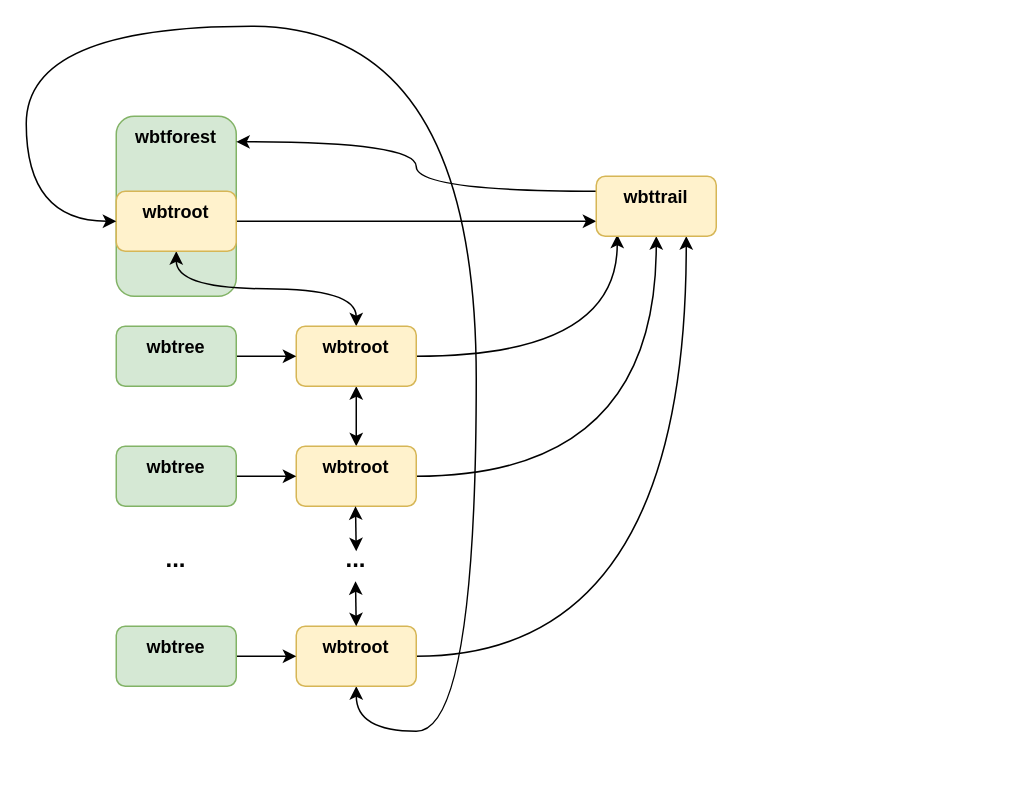
Earlier version of the draw.io diagram docs/wbtforest_1.drawio (dcurrie/nelua-bbtree). Source tidied: cells renumbered, new cells numbered last; positions are measured from the earlier drawing's top-left corner, leaving out a move shared by most shapes. Both pictures are drawn from the tidied source at 150%, with x=0, y=0 at pixel (26, 26).
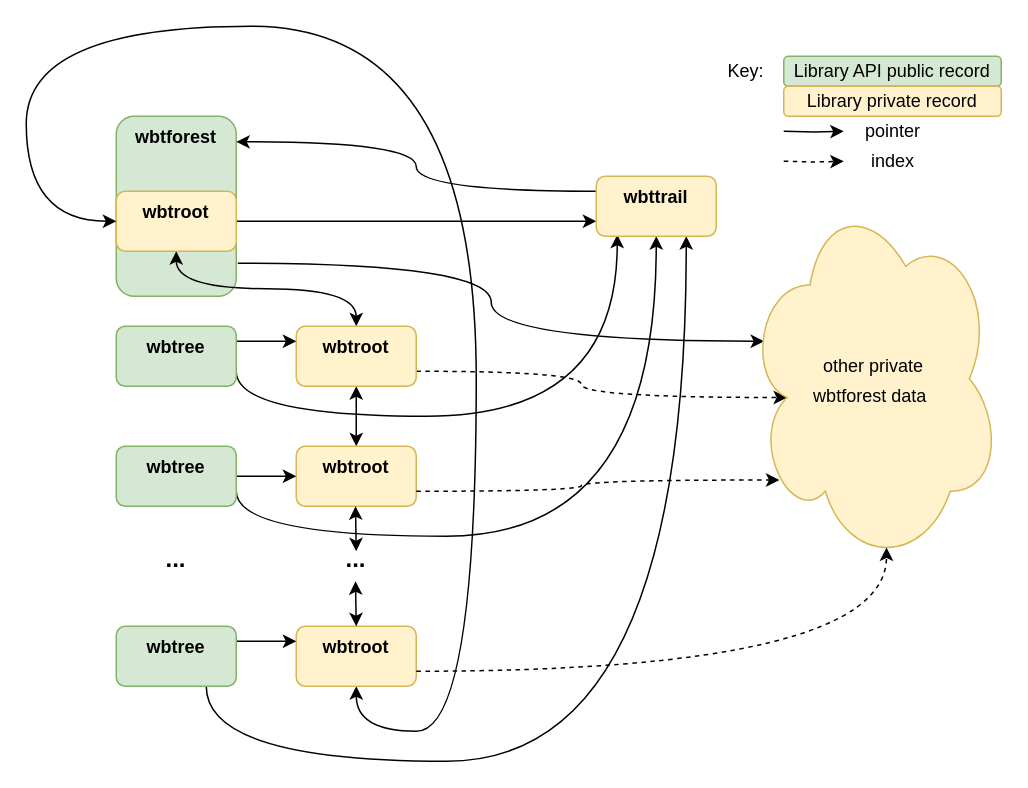
The same page after the edit.

The change refers to these unchanged cells:
```xml
<mxCell id="2" value="&lt;b&gt;wbtforest&lt;/b&gt;" style="rounded=1;whiteSpace=wrap;html=1;shadow=0;glass=0;sketch=0;verticalAlign=top;fillColor=#d5e8d4;strokeColor=#82b366;" parent="1" vertex="1">
  <mxGeometry x="60" y="60" width="80" height="120" as="geometry" />
</mxCell>
<mxCell id="8" value="&lt;b&gt;wbtroot&lt;/b&gt;" style="rounded=1;whiteSpace=wrap;html=1;shadow=0;glass=0;sketch=0;verticalAlign=top;fillColor=#fff2cc;strokeColor=#d6b656;" parent="1" vertex="1">
  <mxGeometry x="180" y="200" width="80" height="40" as="geometry" />
</mxCell>
<mxCell id="10" value="&lt;b&gt;wbtroot&lt;/b&gt;" style="rounded=1;whiteSpace=wrap;html=1;shadow=0;glass=0;sketch=0;verticalAlign=top;fillColor=#fff2cc;strokeColor=#d6b656;" parent="1" vertex="1">
  <mxGeometry x="180" y="280" width="80" height="40" as="geometry" />
</mxCell>
<mxCell id="13" value="&lt;b&gt;wbtroot&lt;/b&gt;" style="rounded=1;whiteSpace=wrap;html=1;shadow=0;glass=0;sketch=0;verticalAlign=top;fillColor=#fff2cc;strokeColor=#d6b656;" parent="1" vertex="1">
  <mxGeometry x="180" y="400" width="80" height="40" as="geometry" />
</mxCell>
<mxCell id="18" value="&lt;b&gt;wbttrail&lt;/b&gt;" style="rounded=1;whiteSpace=wrap;html=1;shadow=0;glass=0;sketch=0;verticalAlign=top;fillColor=#fff2cc;strokeColor=#d6b656;" parent="1" vertex="1">
  <mxGeometry x="380" y="100" width="80" height="40" as="geometry" />
</mxCell>
<mxCell id="20" value="&lt;b&gt;wbtree&lt;/b&gt;" style="rounded=1;whiteSpace=wrap;html=1;shadow=0;glass=0;sketch=0;verticalAlign=top;fillColor=#d5e8d4;strokeColor=#82b366;" parent="1" vertex="1">
  <mxGeometry x="60" y="280" width="80" height="40" as="geometry" />
</mxCell>
<mxCell id="22" value="&lt;b&gt;wbtree&lt;/b&gt;" style="rounded=1;whiteSpace=wrap;html=1;shadow=0;glass=0;sketch=0;verticalAlign=top;fillColor=#d5e8d4;strokeColor=#82b366;" parent="1" vertex="1">
  <mxGeometry x="60" y="200" width="80" height="40" as="geometry" />
</mxCell>
<mxCell id="24" value="&lt;b&gt;wbtree&lt;/b&gt;" style="rounded=1;whiteSpace=wrap;html=1;shadow=0;glass=0;sketch=0;verticalAlign=top;fillColor=#d5e8d4;strokeColor=#82b366;" parent="1" vertex="1">
  <mxGeometry x="60" y="400" width="80" height="40" as="geometry" />
</mxCell>
```

What changed in the source:
```diff
@@
+    <mxCell id="26" style="edgeStyle=orthogonalEdgeStyle;curved=1;rounded=0;jettySize=auto;html=1;entryX=0.07;entryY=0.4;entryDx=0;entryDy=0;entryPerimeter=0;fontSize=12;startArrow=none;startFill=0;exitX=1.013;exitY=0.817;exitDx=0;exitDy=0;exitPerimeter=0;" parent="1" edge="1" source="2" target="28">
+      <mxGeometry relative="1" as="geometry" />
+    </mxCell>
@@
-    <mxCell id="7" style="edgeStyle=orthogonalEdgeStyle;curved=1;rounded=0;jettySize=auto;html=1;entryX=0.175;entryY=0.975;entryDx=0;entryDy=0;entryPerimeter=0;fontSize=16;startArrow=none;startFill=0;" parent="1" edge="1" source="8" target="18">
-      <mxGeometry relative="1" as="geometry" />
+    <mxCell id="7" style="edgeStyle=orthogonalEdgeStyle;curved=1;rounded=0;jettySize=auto;html=1;entryX=0.175;entryY=0.975;entryDx=0;entryDy=0;entryPerimeter=0;fontSize=16;startArrow=none;startFill=0;exitX=1;exitY=0.75;exitDx=0;exitDy=0;" parent="1" edge="1" source="22" target="18">
+      <mxGeometry relative="1" as="geometry">
+        <Array as="points">
+          <mxPoint x="140" y="260" />
+          <mxPoint x="394" y="260" />
+        </Array>
+      </mxGeometry>
     </mxCell>
+    <mxCell id="27" style="edgeStyle=orthogonalEdgeStyle;curved=1;rounded=0;jettySize=auto;html=1;entryX=0.16;entryY=0.55;entryDx=0;entryDy=0;entryPerimeter=0;fontSize=12;startArrow=none;startFill=0;exitX=1;exitY=0.75;exitDx=0;exitDy=0;dashed=1;" parent="1" edge="1" source="8" target="28">
+      <mxGeometry relative="1" as="geometry" />
+    </mxCell>
@@
-    <mxCell id="9" style="edgeStyle=orthogonalEdgeStyle;curved=1;rounded=0;jettySize=auto;html=1;entryX=0.5;entryY=1;entryDx=0;entryDy=0;fontSize=16;startArrow=none;startFill=0;" parent="1" edge="1" source="10" target="18">
-      <mxGeometry relative="1" as="geometry" />
+    <mxCell id="9" style="edgeStyle=orthogonalEdgeStyle;curved=1;rounded=0;jettySize=auto;html=1;entryX=0.5;entryY=1;entryDx=0;entryDy=0;fontSize=16;startArrow=none;startFill=0;exitX=1;exitY=0.75;exitDx=0;exitDy=0;" parent="1" edge="1" source="20" target="18">
+      <mxGeometry relative="1" as="geometry">
+        <Array as="points">
+          <mxPoint x="140" y="340" />
+          <mxPoint x="420" y="340" />
+        </Array>
+      </mxGeometry>
     </mxCell>
@@
-    <mxCell id="12" style="edgeStyle=orthogonalEdgeStyle;curved=1;rounded=0;jettySize=auto;html=1;entryX=0.75;entryY=1;entryDx=0;entryDy=0;fontSize=16;startArrow=none;startFill=0;" parent="1" edge="1" source="13" target="18">
-      <mxGeometry relative="1" as="geometry" />
+    <mxCell id="12" style="edgeStyle=orthogonalEdgeStyle;curved=1;rounded=0;jettySize=auto;html=1;entryX=0.75;entryY=1;entryDx=0;entryDy=0;fontSize=16;startArrow=none;startFill=0;exitX=0.75;exitY=1;exitDx=0;exitDy=0;" parent="1" edge="1" source="24" target="18">
+      <mxGeometry relative="1" as="geometry">
+        <Array as="points">
+          <mxPoint x="120" y="490" />
+          <mxPoint x="440" y="490" />
+        </Array>
+      </mxGeometry>
     </mxCell>
@@
-    <mxCell id="19" style="edgeStyle=orthogonalEdgeStyle;curved=1;rounded=0;jettySize=auto;html=1;fontSize=16;startArrow=none;startFill=0;" parent="1" edge="1" source="20" target="10">
-      <mxGeometry relative="1" as="geometry" />
+    <mxCell id="19" style="edgeStyle=orthogonalEdgeStyle;curved=1;rounded=0;jettySize=auto;html=1;fontSize=16;startArrow=none;startFill=0;exitX=1;exitY=0.5;exitDx=0;exitDy=0;" parent="1" edge="1" source="20">
+      <mxGeometry relative="1" as="geometry">
+        <mxPoint x="180" y="300" as="targetPoint" />
+      </mxGeometry>
     </mxCell>
@@
-    <mxCell id="21" style="edgeStyle=orthogonalEdgeStyle;curved=1;rounded=0;jettySize=auto;html=1;fontSize=16;startArrow=none;startFill=0;" parent="1" edge="1" source="22" target="8">
-      <mxGeometry relative="1" as="geometry" />
+    <mxCell id="21" style="edgeStyle=orthogonalEdgeStyle;curved=1;rounded=0;jettySize=auto;html=1;fontSize=16;startArrow=none;startFill=0;exitX=1;exitY=0.25;exitDx=0;exitDy=0;" parent="1" edge="1" source="22">
+      <mxGeometry relative="1" as="geometry">
+        <mxPoint x="180" y="210" as="targetPoint" />
+      </mxGeometry>
     </mxCell>
@@
-    <mxCell id="23" style="edgeStyle=orthogonalEdgeStyle;curved=1;rounded=0;jettySize=auto;html=1;fontSize=16;startArrow=none;startFill=0;" parent="1" edge="1" source="24" target="13">
-      <mxGeometry relative="1" as="geometry" />
+    <mxCell id="23" style="edgeStyle=orthogonalEdgeStyle;curved=1;rounded=0;jettySize=auto;html=1;fontSize=16;startArrow=none;startFill=0;exitX=1;exitY=0.25;exitDx=0;exitDy=0;" parent="1" edge="1" source="24">
+      <mxGeometry relative="1" as="geometry">
+        <mxPoint x="180" y="410" as="targetPoint" />
+      </mxGeometry>
     </mxCell>
@@
+    <mxCell id="28" value="&lt;font style=&quot;font-size: 12px&quot;&gt;other private&lt;br&gt;wbtforest data&lt;/font&gt;&amp;nbsp;" style="ellipse;shape=cloud;whiteSpace=wrap;html=1;rounded=0;shadow=0;glass=0;sketch=0;fontSize=16;fillColor=#fff2cc;strokeColor=#d6b656;" parent="1" vertex="1">
+      <mxGeometry x="480" y="110" width="170" height="250" as="geometry" />
+    </mxCell>
+    <mxCell id="29" style="edgeStyle=orthogonalEdgeStyle;curved=1;rounded=0;jettySize=auto;html=1;entryX=0.13;entryY=0.77;entryDx=0;entryDy=0;entryPerimeter=0;fontSize=12;startArrow=none;startFill=0;exitX=1;exitY=0.75;exitDx=0;exitDy=0;dashed=1;" parent="1" edge="1" source="10" target="28">
+      <mxGeometry relative="1" as="geometry" />
+    </mxCell>
+    <mxCell id="30" style="edgeStyle=orthogonalEdgeStyle;curved=1;rounded=0;jettySize=auto;html=1;entryX=0.55;entryY=0.95;entryDx=0;entryDy=0;entryPerimeter=0;fontSize=12;startArrow=none;startFill=0;exitX=1;exitY=0.75;exitDx=0;exitDy=0;dashed=1;" parent="1" edge="1" source="13" target="28">
+      <mxGeometry relative="1" as="geometry" />
+    </mxCell>
+    <mxCell id="31" value="Library API public record" style="rounded=1;whiteSpace=wrap;html=1;shadow=0;glass=0;sketch=0;fontSize=12;fillColor=#d5e8d4;strokeColor=#82b366;" parent="1" vertex="1">
+      <mxGeometry x="505" y="20" width="145" height="20" as="geometry" />
+    </mxCell>
+    <mxCell id="32" value="Library private record" style="rounded=1;whiteSpace=wrap;html=1;shadow=0;glass=0;sketch=0;fontSize=12;fillColor=#fff2cc;strokeColor=#d6b656;" parent="1" vertex="1">
+      <mxGeometry x="505" y="40" width="145" height="20" as="geometry" />
+    </mxCell>
+    <mxCell id="33" style="edgeStyle=orthogonalEdgeStyle;curved=1;rounded=0;orthogonalLoop=1;jettySize=auto;html=1;fontSize=16;startArrow=none;startFill=0;exitX=1;exitY=0.5;exitDx=0;exitDy=0;" parent="1" edge="1">
+      <mxGeometry relative="1" as="geometry">
+        <mxPoint x="505" y="70" as="sourcePoint" />
+        <mxPoint x="545" y="70" as="targetPoint" />
+      </mxGeometry>
+    </mxCell>
+    <mxCell id="34" style="edgeStyle=orthogonalEdgeStyle;curved=1;rounded=0;orthogonalLoop=1;jettySize=auto;html=1;fontSize=16;startArrow=none;startFill=0;exitX=1;exitY=0.5;exitDx=0;exitDy=0;dashed=1;" parent="1" edge="1">
+      <mxGeometry relative="1" as="geometry">
+        <mxPoint x="505" y="90" as="sourcePoint" />
+        <mxPoint x="545" y="90" as="targetPoint" />
+      </mxGeometry>
+    </mxCell>
+    <mxCell id="35" value="pointer" style="text;html=1;strokeColor=none;fillColor=none;align=center;verticalAlign=middle;whiteSpace=wrap;rounded=0;shadow=0;glass=0;sketch=0;fontSize=12;" parent="1" vertex="1">
+      <mxGeometry x="547.5" y="60" width="60" height="20" as="geometry" />
+    </mxCell>
+    <mxCell id="36" value="index" style="text;html=1;strokeColor=none;fillColor=none;align=center;verticalAlign=middle;whiteSpace=wrap;rounded=0;shadow=0;glass=0;sketch=0;fontSize=12;" parent="1" vertex="1">
+      <mxGeometry x="547.5" y="80" width="60" height="20" as="geometry" />
+    </mxCell>
+    <mxCell id="37" value="Key:" style="text;html=1;strokeColor=none;fillColor=none;align=center;verticalAlign=middle;whiteSpace=wrap;rounded=0;shadow=0;glass=0;sketch=0;fontSize=12;" parent="1" vertex="1">
+      <mxGeometry x="455" y="20" width="50" height="20" as="geometry" />
+    </mxCell>
```
